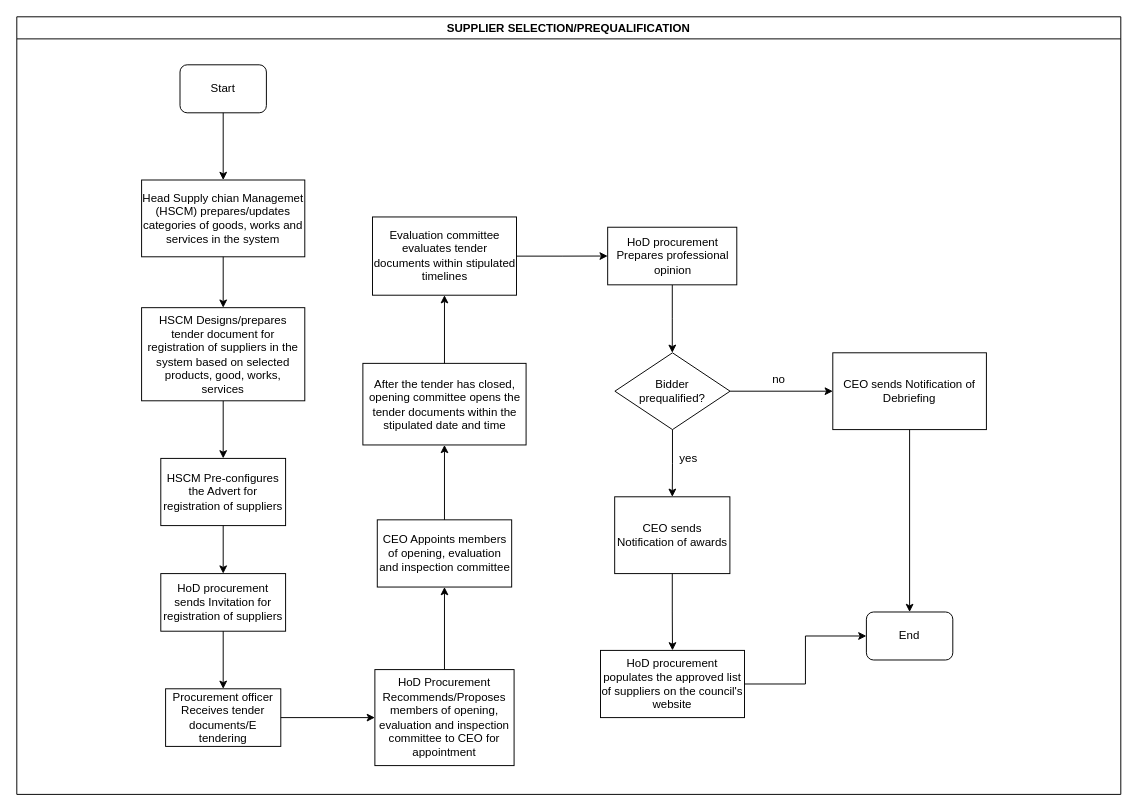
Before: KEFRI-PROC-Supplier-Registration.drawio in kmagua/flowcharts, a draw.io diagram. Source tidied: cells renumbered, new cells numbered last; positions are measured from the earlier drawing's top-left corner, leaving out a move shared by most shapes. Both pictures are drawn from the tidied source at 96%, with x=0, y=0 at pixel (16, 16).
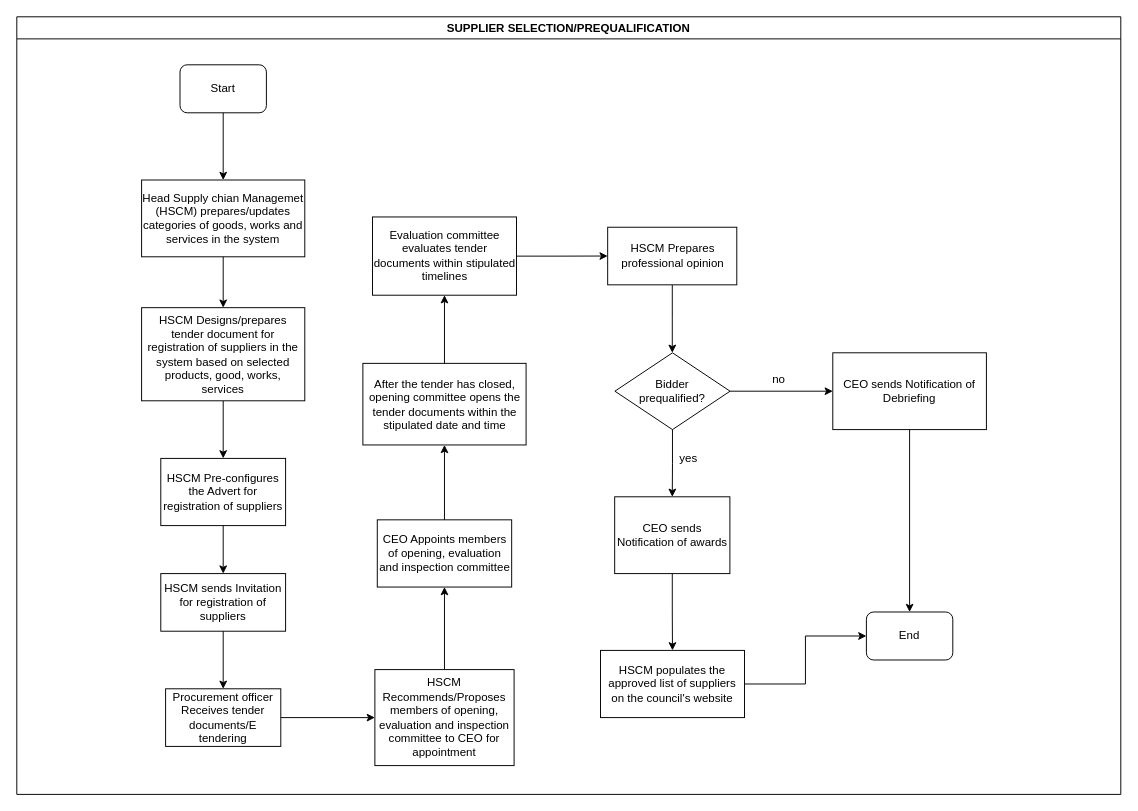
The same diagram, later.

Unchanged cells that the change refers to:
```xml
<mxCell id="2" value="SUPPLIER SELECTION/PREQUALIFICATION" style="swimlane;" parent="1" vertex="1">
  <mxGeometry width="1150" height="810" as="geometry" />
</mxCell>
```

What changed in the source:
```diff
@@
-    <mxCell id="7" value="HoD procurement sends Invitation for registration of suppliers" style="whiteSpace=wrap;html=1;rounded=0;" parent="2" vertex="1">
+    <mxCell id="7" value="HSCM sends Invitation for registration of suppliers" style="whiteSpace=wrap;html=1;rounded=0;" parent="2" vertex="1">
       <mxGeometry x="150" y="580" width="130" height="60" as="geometry" />
     </mxCell>
@@
-    <mxCell id="16" value="HoD procurement populates the approved list of suppliers on the council's website" style="whiteSpace=wrap;html=1;rounded=0;" parent="2" vertex="1">
+    <mxCell id="16" value="HSCM populates the approved list of suppliers on the council's website" style="whiteSpace=wrap;html=1;rounded=0;" parent="2" vertex="1">
       <mxGeometry x="608" y="660" width="150" height="70" as="geometry" />
     </mxCell>
@@
-    <mxCell id="28" value="HoD Procurement Recommends/Proposes members of opening, evaluation and inspection committee to CEO for appointment" style="whiteSpace=wrap;html=1;rounded=0;" parent="1" vertex="1">
+    <mxCell id="28" value="HSCM Recommends/Proposes members of opening, evaluation and inspection committee to CEO for appointment" style="whiteSpace=wrap;html=1;rounded=0;" parent="1" vertex="1">
       <mxGeometry x="373" y="680" width="145" height="100" as="geometry" />
     </mxCell>
@@
-    <mxCell id="31" value="HoD procurement Prepares professional opinion" style="whiteSpace=wrap;html=1;rounded=0;" parent="1" vertex="1">
+    <mxCell id="31" value="HSCM Prepares professional opinion" style="whiteSpace=wrap;html=1;rounded=0;" parent="1" vertex="1">
       <mxGeometry x="615.5" y="219.2" width="134.5" height="60" as="geometry" />
     </mxCell>
```
